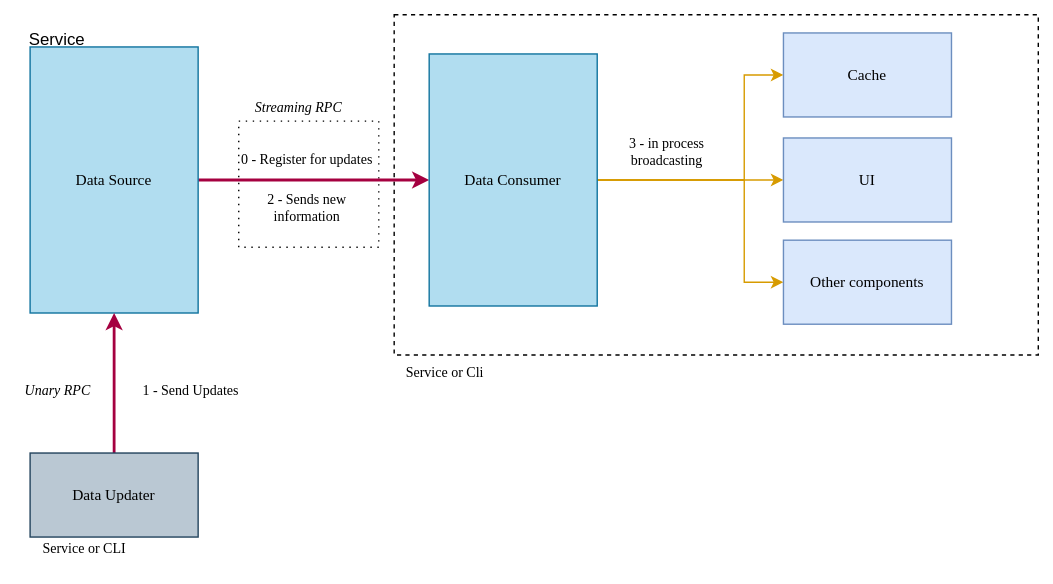
Above: docs/img/streaming.svg in andrescosta/jobico-fn (draw.io), before the change. Source tidied: cells renumbered, new cells last; positions are measured from the earlier drawing's top-left corner, leaving out a move shared by most shapes. Source of this version:
```xml
<mxGraphModel>
  <root>
    <mxCell id="0" />
    <mxCell id="1" parent="0" />
    <mxCell id="2" style="rounded=0;whiteSpace=wrap;html=1;fillColor=none;dashed=1;" parent="1" vertex="1">
      <mxGeometry x="271" width="460" height="243" as="geometry" />
    </mxCell>
    <mxCell id="3" style="rounded=0;whiteSpace=wrap;html=1;fillColor=none;dashed=1;fontSize=11;dashPattern=1 4;" parent="1" vertex="1">
      <mxGeometry x="160" y="76" width="100" height="90" as="geometry" />
    </mxCell>
    <mxCell id="4" value="Streaming RPC" style="text;html=1;strokeColor=none;fillColor=none;align=center;verticalAlign=middle;whiteSpace=wrap;rounded=0;fontSize=10;fontStyle=2;fontFamily=Lucida Console;" parent="1" vertex="1">
      <mxGeometry x="155" y="51" width="96" height="30" as="geometry" />
    </mxCell>
    <mxCell id="5" style="edgeStyle=orthogonalEdgeStyle;rounded=0;jettySize=auto;html=1;startArrow=none;startFill=0;fillColor=#d80073;strokeColor=#A50040;strokeWidth=2;" parent="1" edge="1" source="6" target="12">
      <mxGeometry relative="1" as="geometry" />
    </mxCell>
    <mxCell id="6" value="Data Source" style="rounded=0;whiteSpace=wrap;html=1;fillColor=#b1ddf0;strokeColor=#10739e;fontFamily=Lucida Console;fontSize=11;" parent="1" vertex="1">
      <mxGeometry x="11" y="23" width="120" height="190" as="geometry" />
    </mxCell>
    <mxCell id="7" style="edgeStyle=orthogonalEdgeStyle;rounded=0;jettySize=auto;html=1;entryX=0.5;entryY=1;entryDx=0;entryDy=0;fillColor=#d80073;strokeColor=#A50040;strokeWidth=2;" parent="1" edge="1" source="8" target="6">
      <mxGeometry relative="1" as="geometry" />
    </mxCell>
    <mxCell id="8" value="Data Updater" style="rounded=0;whiteSpace=wrap;html=1;fillColor=#bac8d3;strokeColor=#23445d;fontFamily=Lucida Console;fontSize=11;" parent="1" vertex="1">
      <mxGeometry x="11" y="313" width="120" height="60" as="geometry" />
    </mxCell>
    <mxCell id="9" style="edgeStyle=orthogonalEdgeStyle;rounded=0;jettySize=auto;html=1;fillColor=#ffe6cc;strokeColor=#d79b00;" parent="1" edge="1" source="12" target="13">
      <mxGeometry relative="1" as="geometry">
        <Array as="points">
          <mxPoint x="521" y="118" />
          <mxPoint x="521" y="43" />
        </Array>
      </mxGeometry>
    </mxCell>
    <mxCell id="10" style="edgeStyle=orthogonalEdgeStyle;rounded=0;jettySize=auto;html=1;fillColor=#ffe6cc;strokeColor=#d79b00;" parent="1" edge="1" source="12" target="14">
      <mxGeometry relative="1" as="geometry" />
    </mxCell>
    <mxCell id="11" style="edgeStyle=orthogonalEdgeStyle;rounded=0;jettySize=auto;html=1;fillColor=#ffe6cc;strokeColor=#d79b00;" parent="1" edge="1" source="12" target="15">
      <mxGeometry relative="1" as="geometry">
        <Array as="points">
          <mxPoint x="521" y="118" />
          <mxPoint x="521" y="191" />
        </Array>
      </mxGeometry>
    </mxCell>
    <mxCell id="12" value="Data Consumer" style="rounded=0;whiteSpace=wrap;html=1;fillColor=#b1ddf0;strokeColor=#10739e;fontFamily=Lucida Console;fontSize=11;" parent="1" vertex="1">
      <mxGeometry x="296" y="28" width="120" height="180" as="geometry" />
    </mxCell>
    <mxCell id="13" value="Cache" style="rounded=0;whiteSpace=wrap;html=1;fillColor=#dae8fc;strokeColor=#6c8ebf;fontFamily=Lucida Console;fontSize=11;" parent="1" vertex="1">
      <mxGeometry x="549" y="13" width="120" height="60" as="geometry" />
    </mxCell>
    <mxCell id="14" value="UI" style="rounded=0;whiteSpace=wrap;html=1;fillColor=#dae8fc;strokeColor=#6c8ebf;fontFamily=Lucida Console;fontSize=11;" parent="1" vertex="1">
      <mxGeometry x="549" y="88" width="120" height="60" as="geometry" />
    </mxCell>
    <mxCell id="15" value="Other components" style="rounded=0;whiteSpace=wrap;html=1;fillColor=#dae8fc;strokeColor=#6c8ebf;fontFamily=Lucida Console;fontSize=11;" parent="1" vertex="1">
      <mxGeometry x="549" y="161" width="120" height="60" as="geometry" />
    </mxCell>
    <mxCell id="16" value="1 - Send Updates" style="text;html=1;strokeColor=none;fillColor=none;align=center;verticalAlign=middle;whiteSpace=wrap;rounded=0;fontFamily=Lucida Console;fontSize=10;fontStyle=0;" parent="1" vertex="1">
      <mxGeometry x="76" y="253" width="100" height="30" as="geometry" />
    </mxCell>
    <mxCell id="17" value="0 - Register for updates" style="text;html=1;strokeColor=none;fillColor=none;align=center;verticalAlign=middle;whiteSpace=wrap;rounded=0;fontFamily=Lucida Console;fontSize=10;fontStyle=0;" parent="1" vertex="1">
      <mxGeometry x="159" y="88" width="100" height="30" as="geometry" />
    </mxCell>
    <mxCell id="18" value="2 - Sends new information" style="text;html=1;strokeColor=none;fillColor=none;align=center;verticalAlign=middle;whiteSpace=wrap;rounded=0;fontFamily=Lucida Console;fontSize=10;fontStyle=0;" parent="1" vertex="1">
      <mxGeometry x="159" y="123" width="100" height="30" as="geometry" />
    </mxCell>
    <mxCell id="19" value="Service or Cli" style="text;html=1;strokeColor=none;fillColor=none;align=center;verticalAlign=middle;whiteSpace=wrap;rounded=0;fontFamily=Lucida Console;fontSize=10;fontStyle=0;" parent="1" vertex="1">
      <mxGeometry x="265" y="240" width="85" height="30" as="geometry" />
    </mxCell>
    <mxCell id="20" value="Unary RPC" style="text;html=1;align=center;verticalAlign=middle;whiteSpace=wrap;rounded=0;fontStyle=2;fontFamily=Lucida Console;fontSize=10;" parent="1" vertex="1">
      <mxGeometry x="1" y="253" width="60" height="30" as="geometry" />
    </mxCell>
    <mxCell id="21" value="Service or CLI" style="text;html=1;strokeColor=none;fillColor=none;align=center;verticalAlign=middle;whiteSpace=wrap;rounded=0;fontFamily=Lucida Console;fontSize=10;fontStyle=0;" parent="1" vertex="1">
      <mxGeometry y="366" width="100" height="30" as="geometry" />
    </mxCell>
    <mxCell id="22" value="Service" style="text;html=1;strokeColor=none;fillColor=none;align=center;verticalAlign=middle;whiteSpace=wrap;rounded=0;" parent="1" vertex="1">
      <mxGeometry y="3" width="61" height="30" as="geometry" />
    </mxCell>
    <mxCell id="23" value="3 - in process broadcasting" style="text;html=1;strokeColor=none;fillColor=none;align=center;verticalAlign=middle;whiteSpace=wrap;rounded=0;fontFamily=Lucida Console;fontSize=10;fontStyle=0;" parent="1" vertex="1">
      <mxGeometry x="416" y="83" width="100" height="30" as="geometry" />
    </mxCell>
  </root>
</mxGraphModel>
```
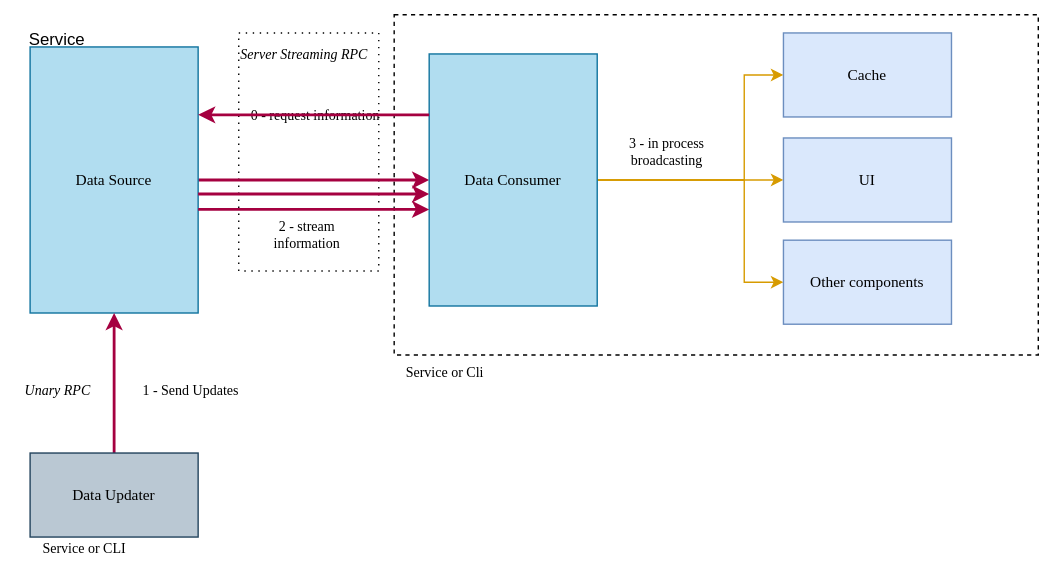
After the commit.

Diff of the diagram source:
```diff
@@ -6,10 +6,10 @@
       <mxGeometry x="271" width="460" height="243" as="geometry" />
     </mxCell>
     <mxCell id="3" style="rounded=0;whiteSpace=wrap;html=1;fillColor=none;dashed=1;fontSize=11;dashPattern=1 4;" parent="1" vertex="1">
-      <mxGeometry x="160" y="76" width="100" height="90" as="geometry" />
+      <mxGeometry x="160" y="13" width="100" height="170" as="geometry" />
     </mxCell>
-    <mxCell id="4" value="Streaming RPC" style="text;html=1;strokeColor=none;fillColor=none;align=center;verticalAlign=middle;whiteSpace=wrap;rounded=0;fontSize=10;fontStyle=2;fontFamily=Lucida Console;" parent="1" vertex="1">
-      <mxGeometry x="155" y="51" width="96" height="30" as="geometry" />
+    <mxCell id="4" value="Server Streaming RPC" style="text;html=1;strokeColor=none;fillColor=none;align=center;verticalAlign=middle;whiteSpace=wrap;rounded=0;fontSize=10;fontStyle=2;fontFamily=Lucida Console;" parent="1" vertex="1">
+      <mxGeometry x="159" y="13" width="96" height="30" as="geometry" />
     </mxCell>
     <mxCell id="5" style="edgeStyle=orthogonalEdgeStyle;rounded=0;jettySize=auto;html=1;startArrow=none;startFill=0;fillColor=#d80073;strokeColor=#A50040;strokeWidth=2;" parent="1" edge="1" source="6" target="12">
       <mxGeometry relative="1" as="geometry" />
@@ -57,11 +57,11 @@
     <mxCell id="16" value="1 - Send Updates" style="text;html=1;strokeColor=none;fillColor=none;align=center;verticalAlign=middle;whiteSpace=wrap;rounded=0;fontFamily=Lucida Console;fontSize=10;fontStyle=0;" parent="1" vertex="1">
       <mxGeometry x="76" y="253" width="100" height="30" as="geometry" />
     </mxCell>
-    <mxCell id="17" value="0 - Register for updates" style="text;html=1;strokeColor=none;fillColor=none;align=center;verticalAlign=middle;whiteSpace=wrap;rounded=0;fontFamily=Lucida Console;fontSize=10;fontStyle=0;" parent="1" vertex="1">
-      <mxGeometry x="159" y="88" width="100" height="30" as="geometry" />
+    <mxCell id="17" value="0 - request information" style="text;html=1;strokeColor=none;fillColor=none;align=center;verticalAlign=middle;whiteSpace=wrap;rounded=0;fontFamily=Lucida Console;fontSize=10;fontStyle=0;" parent="1" vertex="1">
+      <mxGeometry x="165" y="57" width="100" height="30" as="geometry" />
     </mxCell>
-    <mxCell id="18" value="2 - Sends new information" style="text;html=1;strokeColor=none;fillColor=none;align=center;verticalAlign=middle;whiteSpace=wrap;rounded=0;fontFamily=Lucida Console;fontSize=10;fontStyle=0;" parent="1" vertex="1">
-      <mxGeometry x="159" y="123" width="100" height="30" as="geometry" />
+    <mxCell id="18" value="2 - stream&lt;br&gt;information" style="text;html=1;strokeColor=none;fillColor=none;align=center;verticalAlign=middle;whiteSpace=wrap;rounded=0;fontFamily=Lucida Console;fontSize=10;fontStyle=0;" parent="1" vertex="1">
+      <mxGeometry x="159" y="142" width="100" height="30" as="geometry" />
     </mxCell>
     <mxCell id="19" value="Service or Cli" style="text;html=1;strokeColor=none;fillColor=none;align=center;verticalAlign=middle;whiteSpace=wrap;rounded=0;fontFamily=Lucida Console;fontSize=10;fontStyle=0;" parent="1" vertex="1">
       <mxGeometry x="265" y="240" width="85" height="30" as="geometry" />
@@ -78,5 +78,27 @@
     <mxCell id="23" value="3 - in process broadcasting" style="text;html=1;strokeColor=none;fillColor=none;align=center;verticalAlign=middle;whiteSpace=wrap;rounded=0;fontFamily=Lucida Console;fontSize=10;fontStyle=0;" parent="1" vertex="1">
       <mxGeometry x="416" y="83" width="100" height="30" as="geometry" />
     </mxCell>
+    <mxCell id="24" style="edgeStyle=orthogonalEdgeStyle;rounded=0;orthogonalLoop=1;jettySize=auto;html=1;startArrow=classic;startFill=1;fillColor=#d80073;strokeColor=#A50040;strokeWidth=2;exitX=1;exitY=0.25;exitDx=0;exitDy=0;endArrow=none;endFill=0;" parent="1" edge="1">
+      <mxGeometry relative="1" as="geometry">
+        <mxPoint x="131" y="71.5" as="sourcePoint" />
+        <mxPoint x="296" y="71.5" as="targetPoint" />
+        <Array as="points">
+          <mxPoint x="251" y="72" />
+          <mxPoint x="251" y="72" />
+        </Array>
+      </mxGeometry>
+    </mxCell>
+    <mxCell id="25" style="edgeStyle=orthogonalEdgeStyle;rounded=0;orthogonalLoop=1;jettySize=auto;html=1;startArrow=none;startFill=0;fillColor=#d80073;strokeColor=#A50040;strokeWidth=2;" parent="1" edge="1">
+      <mxGeometry relative="1" as="geometry">
+        <mxPoint x="131" y="128" as="sourcePoint" />
+        <mxPoint x="296" y="128" as="targetPoint" />
+      </mxGeometry>
+    </mxCell>
+    <mxCell id="26" style="edgeStyle=orthogonalEdgeStyle;rounded=0;orthogonalLoop=1;jettySize=auto;html=1;startArrow=none;startFill=0;fillColor=#d80073;strokeColor=#A50040;strokeWidth=2;" parent="1" edge="1">
+      <mxGeometry relative="1" as="geometry">
+        <mxPoint x="131" y="139" as="sourcePoint" />
+        <mxPoint x="296" y="139" as="targetPoint" />
+      </mxGeometry>
+    </mxCell>
   </root>
 </mxGraphModel>
```
